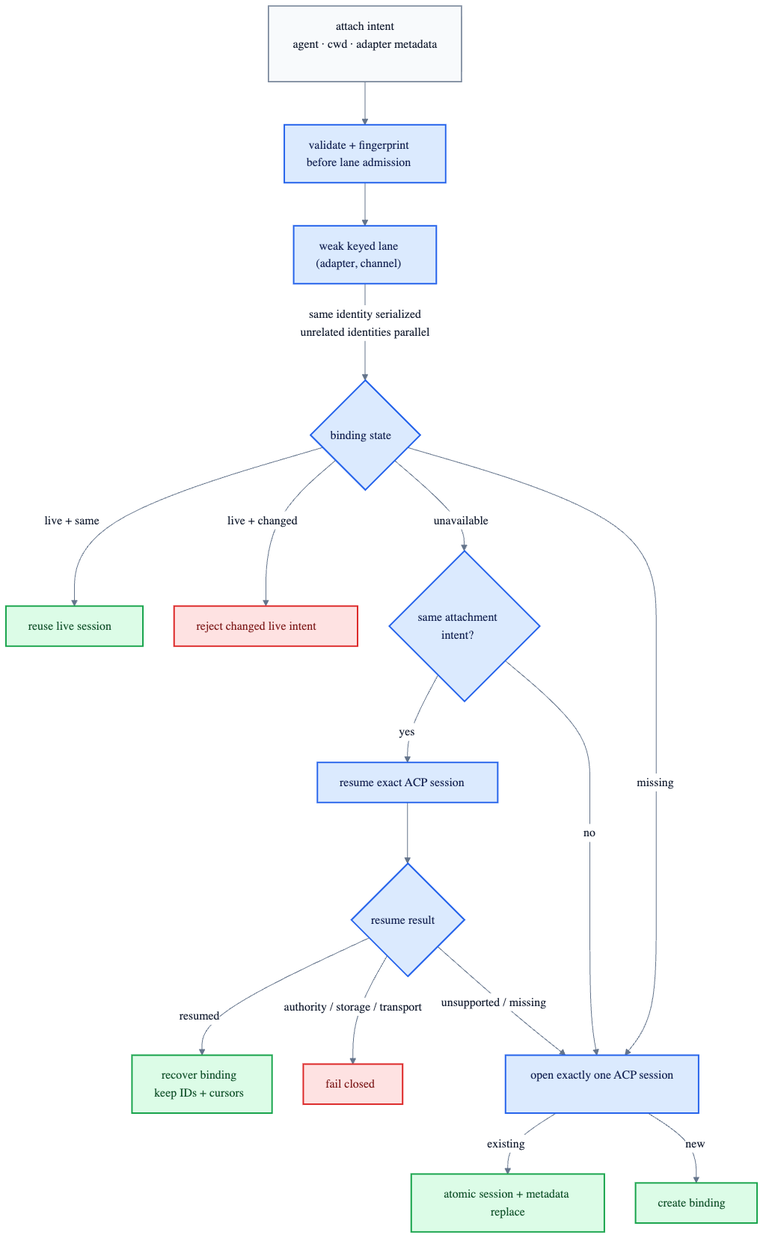
Above: v2/docs/channel-gateway-flow.png in fontanierh/crab (Mermaid), before the change. Its source is kept beside it as v2/docs/channel-gateway-flow.mmd.
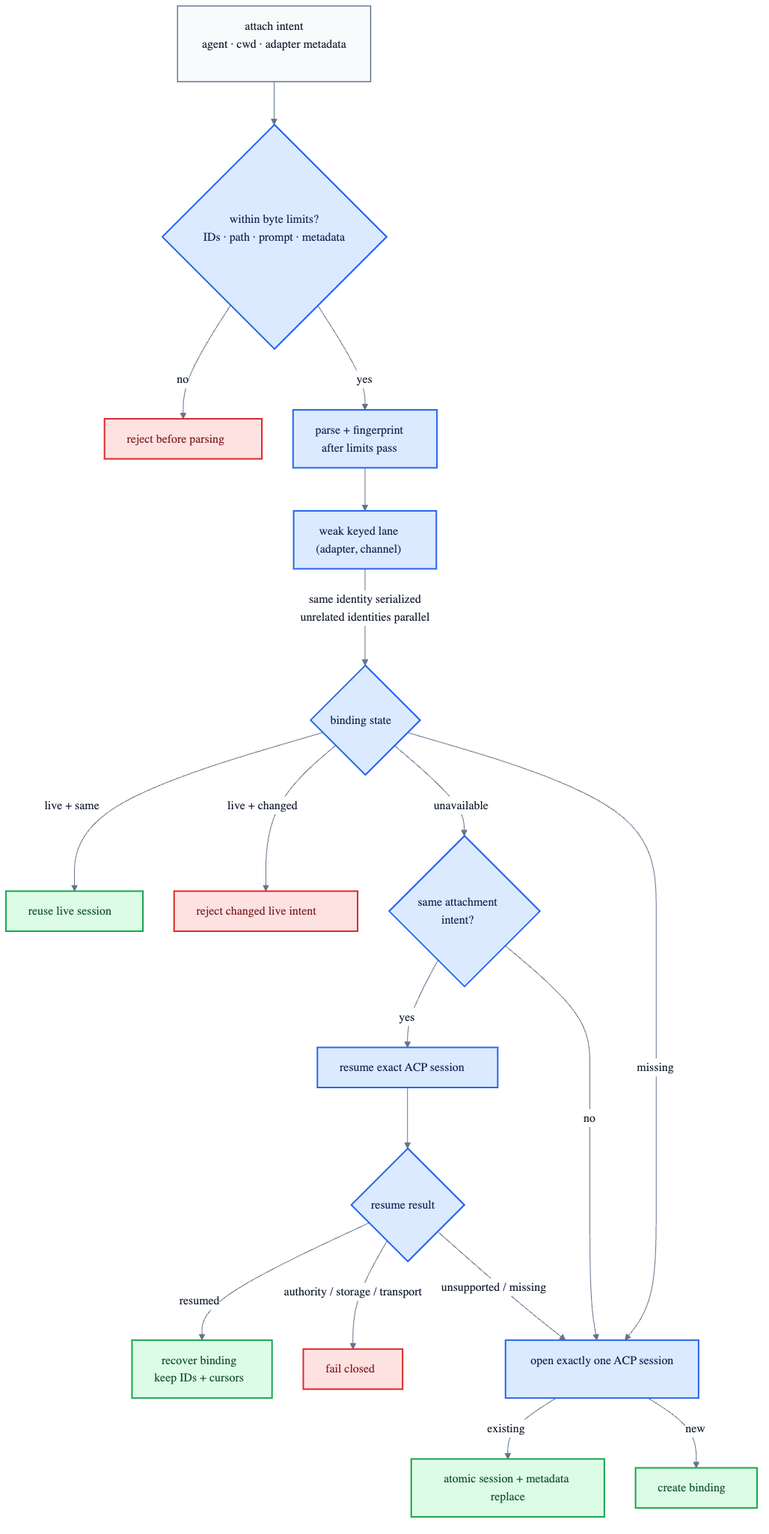
Above is the later version.

Commit message:
fix(v2): bound channel attachment ingress (#342)

The edit, as a diff of the source:
```diff
@@ -1,7 +1,9 @@
 %%{init: {"theme": "base", "themeVariables": {"fontFamily": "ui-sans-serif, system-ui, sans-serif", "primaryTextColor": "#172033", "lineColor": "#64748b", "edgeLabelBackground": "#ffffff"}, "flowchart": {"curve": "basis", "nodeSpacing": 42, "rankSpacing": 58}}}%%
 flowchart TB
     REQUEST["attach intent<br/>agent · cwd · adapter metadata"]
-    VALIDATE["validate + fingerprint<br/>before lane admission"]
+    ADMIT{"within byte limits?<br/>IDs · path · prompt · metadata"}
+    REJECT["reject before parsing"]
+    VALIDATE["parse + fingerprint<br/>after limits pass"]
     LANE["weak keyed lane<br/>(adapter, channel)"]
     FIND{"binding state"}
     REUSE["reuse live session"]
@@ -15,7 +17,9 @@
     REPLACE["atomic session + metadata replace"]
     BIND["create binding"]
 
-    REQUEST --> VALIDATE --> LANE
+    REQUEST --> ADMIT
+    ADMIT -->|"yes"| VALIDATE --> LANE
+    ADMIT -->|"no"| REJECT
     LANE -->|"same identity serialized<br/>unrelated identities parallel"| FIND
     FIND -->|"live + same"| REUSE
     FIND -->|"live + changed"| CONFLICT
@@ -36,5 +40,5 @@
     classDef conflict fill:#fee2e2,stroke:#dc2626,stroke-width:2px,color:#7f1d1d;
     class REQUEST request;
     class REUSE,RECOVER,REPLACE,BIND safe;
-    class VALIDATE,LANE,FIND,SAME,RESUME,FALLBACK,OPEN runtime;
-    class CONFLICT,FAIL conflict;
+    class ADMIT,VALIDATE,LANE,FIND,SAME,RESUME,FALLBACK,OPEN runtime;
+    class REJECT,CONFLICT,FAIL conflict;
```
